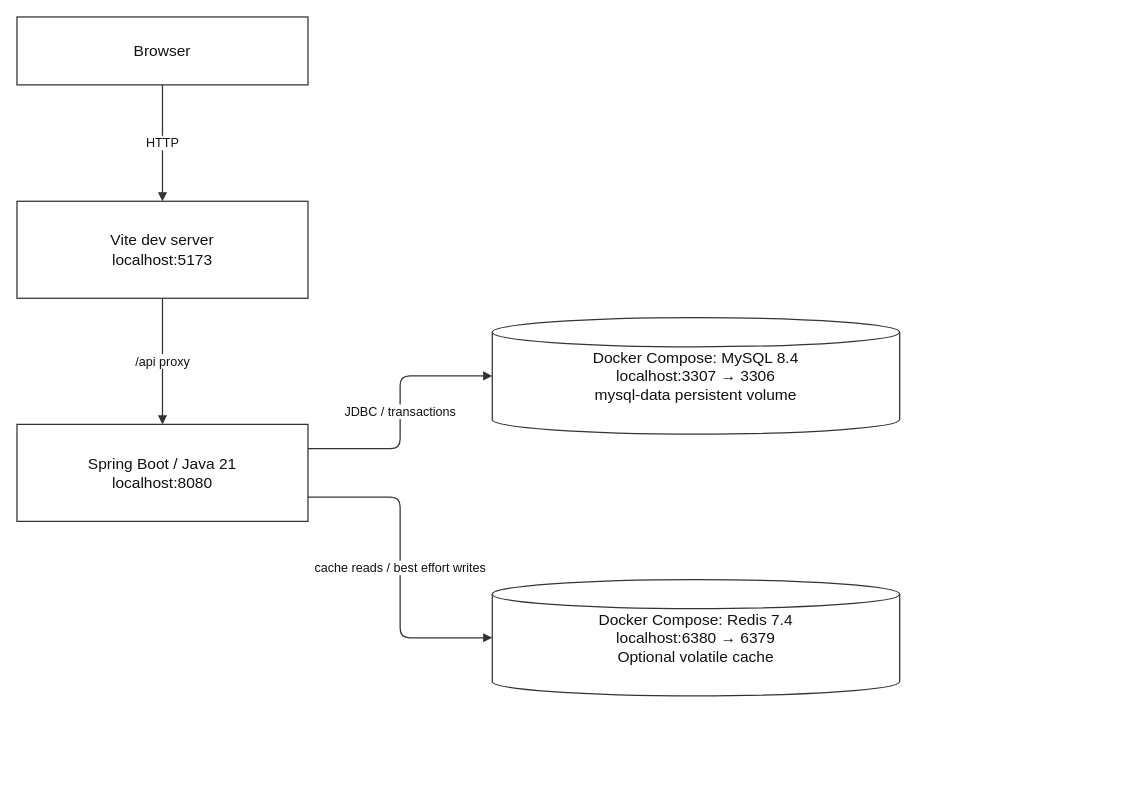
Earlier version of the draw.io diagram thesis/figure-assets/diagrams/24-deployment.drawio (ZeroRegister/SupermarketsSystem). Source tidied: cells renumbered, new cells numbered last; positions are measured from the earlier drawing's top-left corner, leaving out a move shared by most shapes. Both pictures are drawn from the tidied source at 97%, with x=0, y=0 at pixel (16, 16).
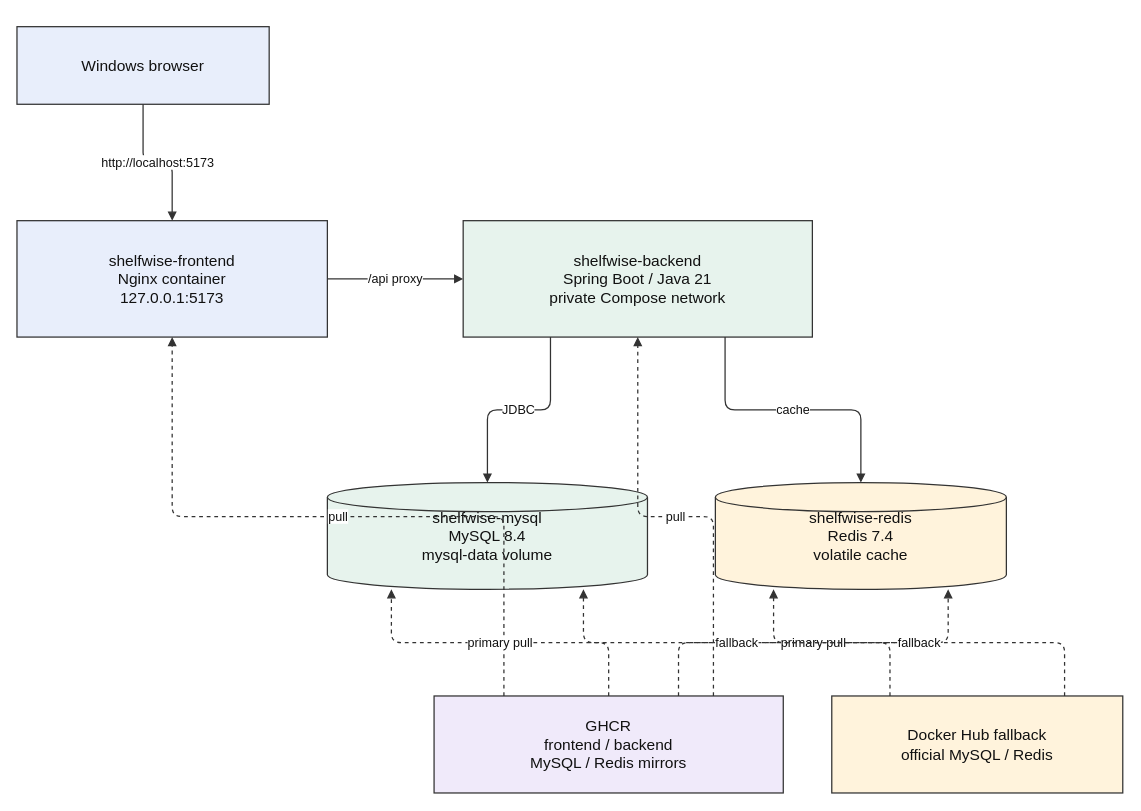
After the change.

Change to the diagram source:
```diff
@@
 <mxGraphModel background="#ffffff">
   <root>
     <mxCell id="0" />
     <mxCell id="1" parent="0" />
-    <mxCell id="2" value="Browser" style="whiteSpace=wrap;html=1;fontFamily=Arial;fontSize=16;fontColor=#111111;strokeColor=#333333;strokeWidth=1.3;rounded=0;fillColor=#ffffff;" parent="1" vertex="1">
-      <mxGeometry width="300" height="70" as="geometry" />
+    <mxCell id="2" value="Windows browser" style="whiteSpace=wrap;html=1;fontFamily=Arial;fontSize=16;fontColor=#111111;strokeColor=#333333;strokeWidth=1.3;rounded=0;fillColor=#ffffff;fillColor=#e8eefb;" parent="1" vertex="1">
+      <mxGeometry y="10" width="260" height="80" as="geometry" />
     </mxCell>
-    <mxCell id="3" value="Vite dev server&#10;localhost:5173" style="whiteSpace=wrap;html=1;fontFamily=Arial;fontSize=16;fontColor=#111111;strokeColor=#333333;strokeWidth=1.3;rounded=0;fillColor=#ffffff;" parent="1" vertex="1">
-      <mxGeometry y="190" width="300" height="100" as="geometry" />
+    <mxCell id="3" value="shelfwise-frontend&#10;Nginx container&#10;127.0.0.1:5173" style="whiteSpace=wrap;html=1;fontFamily=Arial;fontSize=16;fontColor=#111111;strokeColor=#333333;strokeWidth=1.3;rounded=0;fillColor=#ffffff;fillColor=#e8eefb;" parent="1" vertex="1">
+      <mxGeometry y="210" width="320" height="120" as="geometry" />
     </mxCell>
-    <mxCell id="4" value="Spring Boot / Java 21&#10;localhost:8080" style="whiteSpace=wrap;html=1;fontFamily=Arial;fontSize=16;fontColor=#111111;strokeColor=#333333;strokeWidth=1.3;rounded=0;fillColor=#ffffff;" parent="1" vertex="1">
-      <mxGeometry y="420" width="300" height="100" as="geometry" />
+    <mxCell id="4" value="shelfwise-backend&#10;Spring Boot / Java 21&#10;private Compose network" style="whiteSpace=wrap;html=1;fontFamily=Arial;fontSize=16;fontColor=#111111;strokeColor=#333333;strokeWidth=1.3;rounded=0;fillColor=#ffffff;fillColor=#e7f3ed;" parent="1" vertex="1">
+      <mxGeometry x="460" y="210" width="360" height="120" as="geometry" />
     </mxCell>
-    <mxCell id="5" value="Docker Compose: MySQL 8.4&#10;localhost:3307 → 3306&#10;mysql-data persistent volume" style="whiteSpace=wrap;html=1;fontFamily=Arial;fontSize=16;fontColor=#111111;strokeColor=#333333;strokeWidth=1.3;rounded=0;fillColor=#ffffff;shape=cylinder3;" parent="1" vertex="1">
-      <mxGeometry x="490" y="310" width="420" height="120" as="geometry" />
+    <mxCell id="5" value="shelfwise-mysql&#10;MySQL 8.4&#10;mysql-data volume" style="whiteSpace=wrap;html=1;fontFamily=Arial;fontSize=16;fontColor=#111111;strokeColor=#333333;strokeWidth=1.3;rounded=0;fillColor=#ffffff;shape=cylinder3;fillColor=#e7f3ed;" parent="1" vertex="1">
+      <mxGeometry x="320" y="480" width="330" height="110" as="geometry" />
     </mxCell>
-    <mxCell id="6" value="Docker Compose: Redis 7.4&#10;localhost:6380 → 6379&#10;Optional volatile cache" style="whiteSpace=wrap;html=1;fontFamily=Arial;fontSize=16;fontColor=#111111;strokeColor=#333333;strokeWidth=1.3;rounded=0;fillColor=#ffffff;shape=cylinder3;" parent="1" vertex="1">
-      <mxGeometry x="490" y="580" width="420" height="120" as="geometry" />
+    <mxCell id="6" value="shelfwise-redis&#10;Redis 7.4&#10;volatile cache" style="whiteSpace=wrap;html=1;fontFamily=Arial;fontSize=16;fontColor=#111111;strokeColor=#333333;strokeWidth=1.3;rounded=0;fillColor=#ffffff;shape=cylinder3;fillColor=#fff3dc;" parent="1" vertex="1">
+      <mxGeometry x="720" y="480" width="300" height="110" as="geometry" />
     </mxCell>
-    <mxCell id="7" value="HTTP" style="whiteSpace=wrap;html=1;fontFamily=Arial;fontSize=16;fontColor=#111111;strokeColor=#333333;strokeWidth=1.3;edgeStyle=orthogonalEdgeStyle;rounded=1;jettySize=auto;fontSize=13;whiteSpace=nowrap;labelBackgroundColor=#ffffff;endArrow=block;endFill=1;exitX=0.5;exitY=1;entryX=0.5;entryY=0;" parent="1" edge="1" source="2" target="3">
-      <mxGeometry relative="1" as="geometry" />
+    <mxCell id="7" value="GHCR&#10;frontend / backend&#10;MySQL / Redis mirrors" style="whiteSpace=wrap;html=1;fontFamily=Arial;fontSize=16;fontColor=#111111;strokeColor=#333333;strokeWidth=1.3;rounded=0;fillColor=#ffffff;fillColor=#f0eafa;" parent="1" vertex="1">
+      <mxGeometry x="430" y="700" width="360" height="100" as="geometry" />
     </mxCell>
-    <mxCell id="8" value="/api proxy" style="whiteSpace=wrap;html=1;fontFamily=Arial;fontSize=16;fontColor=#111111;strokeColor=#333333;strokeWidth=1.3;edgeStyle=orthogonalEdgeStyle;rounded=1;jettySize=auto;fontSize=13;whiteSpace=nowrap;labelBackgroundColor=#ffffff;endArrow=block;endFill=1;exitX=0.5;exitY=1;entryX=0.5;entryY=0;" parent="1" edge="1" source="3" target="4">
-      <mxGeometry relative="1" as="geometry" />
+    <mxCell id="8" value="Docker Hub fallback&#10;official MySQL / Redis" style="whiteSpace=wrap;html=1;fontFamily=Arial;fontSize=16;fontColor=#111111;strokeColor=#333333;strokeWidth=1.3;rounded=0;fillColor=#ffffff;fillColor=#fff3dc;" parent="1" vertex="1">
+      <mxGeometry x="840" y="700" width="300" height="100" as="geometry" />
     </mxCell>
-    <mxCell id="9" value="JDBC / transactions" style="whiteSpace=wrap;html=1;fontFamily=Arial;fontSize=16;fontColor=#111111;strokeColor=#333333;strokeWidth=1.3;edgeStyle=orthogonalEdgeStyle;rounded=1;jettySize=auto;fontSize=13;whiteSpace=nowrap;labelBackgroundColor=#ffffff;endArrow=block;endFill=1;exitX=1;exitY=0.25;entryX=0;entryY=0.5;" parent="1" edge="1" source="4" target="5">
+    <mxCell id="9" value="http://localhost:5173" style="whiteSpace=wrap;html=1;fontFamily=Arial;fontSize=16;fontColor=#111111;strokeColor=#333333;strokeWidth=1.3;edgeStyle=orthogonalEdgeStyle;rounded=1;jettySize=auto;fontSize=13;whiteSpace=nowrap;labelBackgroundColor=#ffffff;endArrow=block;endFill=1;exitX=0.5;exitY=1;entryX=0.5;entryY=0;" parent="1" edge="1" source="2" target="3">
       <mxGeometry relative="1" as="geometry" />
     </mxCell>
-    <mxCell id="10" value="cache reads / best effort writes" style="whiteSpace=wrap;html=1;fontFamily=Arial;fontSize=16;fontColor=#111111;strokeColor=#333333;strokeWidth=1.3;edgeStyle=orthogonalEdgeStyle;rounded=1;jettySize=auto;fontSize=13;whiteSpace=nowrap;labelBackgroundColor=#ffffff;endArrow=block;endFill=1;exitX=1;exitY=0.75;entryX=0;entryY=0.5;" parent="1" edge="1" source="4" target="6">
+    <mxCell id="10" value="/api proxy" style="whiteSpace=wrap;html=1;fontFamily=Arial;fontSize=16;fontColor=#111111;strokeColor=#333333;strokeWidth=1.3;edgeStyle=orthogonalEdgeStyle;rounded=1;jettySize=auto;fontSize=13;whiteSpace=nowrap;labelBackgroundColor=#ffffff;endArrow=block;endFill=1;exitX=1;exitY=0.5;entryX=0;entryY=0.5;" parent="1" edge="1" source="3" target="4">
       <mxGeometry relative="1" as="geometry" />
     </mxCell>
+    <mxCell id="11" value="JDBC" style="whiteSpace=wrap;html=1;fontFamily=Arial;fontSize=16;fontColor=#111111;strokeColor=#333333;strokeWidth=1.3;edgeStyle=orthogonalEdgeStyle;rounded=1;jettySize=auto;fontSize=13;whiteSpace=nowrap;labelBackgroundColor=#ffffff;endArrow=block;endFill=1;exitX=0.25;exitY=1;entryX=0.5;entryY=0;" parent="1" edge="1" source="4" target="5">
+      <mxGeometry relative="1" as="geometry" />
+    </mxCell>
+    <mxCell id="12" value="cache" style="whiteSpace=wrap;html=1;fontFamily=Arial;fontSize=16;fontColor=#111111;strokeColor=#333333;strokeWidth=1.3;edgeStyle=orthogonalEdgeStyle;rounded=1;jettySize=auto;fontSize=13;whiteSpace=nowrap;labelBackgroundColor=#ffffff;endArrow=block;endFill=1;exitX=0.75;exitY=1;entryX=0.5;entryY=0;" parent="1" edge="1" source="4" target="6">
+      <mxGeometry relative="1" as="geometry" />
+    </mxCell>
+    <mxCell id="13" value="pull" style="whiteSpace=wrap;html=1;fontFamily=Arial;fontSize=16;fontColor=#111111;strokeColor=#333333;strokeWidth=1.3;edgeStyle=orthogonalEdgeStyle;rounded=1;jettySize=auto;fontSize=13;whiteSpace=nowrap;labelBackgroundColor=#ffffff;endArrow=block;endFill=1;dashed=1;exitX=0.2;exitY=0;entryX=0.5;entryY=1;" parent="1" edge="1" source="7" target="3">
+      <mxGeometry relative="1" as="geometry" />
+    </mxCell>
+    <mxCell id="14" value="pull" style="whiteSpace=wrap;html=1;fontFamily=Arial;fontSize=16;fontColor=#111111;strokeColor=#333333;strokeWidth=1.3;edgeStyle=orthogonalEdgeStyle;rounded=1;jettySize=auto;fontSize=13;whiteSpace=nowrap;labelBackgroundColor=#ffffff;endArrow=block;endFill=1;dashed=1;exitX=0.8;exitY=0;entryX=0.5;entryY=1;" parent="1" edge="1" source="7" target="4">
+      <mxGeometry relative="1" as="geometry" />
+    </mxCell>
+    <mxCell id="15" value="primary pull" style="whiteSpace=wrap;html=1;fontFamily=Arial;fontSize=16;fontColor=#111111;strokeColor=#333333;strokeWidth=1.3;edgeStyle=orthogonalEdgeStyle;rounded=1;jettySize=auto;fontSize=13;whiteSpace=nowrap;labelBackgroundColor=#ffffff;endArrow=block;endFill=1;dashed=1;exitX=0.5;exitY=0;entryX=0.2;entryY=1;" parent="1" edge="1" source="7" target="5">
+      <mxGeometry relative="1" as="geometry" />
+    </mxCell>
+    <mxCell id="16" value="primary pull" style="whiteSpace=wrap;html=1;fontFamily=Arial;fontSize=16;fontColor=#111111;strokeColor=#333333;strokeWidth=1.3;edgeStyle=orthogonalEdgeStyle;rounded=1;jettySize=auto;fontSize=13;whiteSpace=nowrap;labelBackgroundColor=#ffffff;endArrow=block;endFill=1;dashed=1;exitX=0.7;exitY=0;entryX=0.8;entryY=1;" parent="1" edge="1" source="7" target="6">
+      <mxGeometry relative="1" as="geometry" />
+    </mxCell>
+    <mxCell id="17" value="fallback" style="whiteSpace=wrap;html=1;fontFamily=Arial;fontSize=16;fontColor=#111111;strokeColor=#333333;strokeWidth=1.3;edgeStyle=orthogonalEdgeStyle;rounded=1;jettySize=auto;fontSize=13;whiteSpace=nowrap;labelBackgroundColor=#ffffff;endArrow=block;endFill=1;dashed=1;exitX=0.2;exitY=0;entryX=0.8;entryY=1;" parent="1" edge="1" source="8" target="5">
+      <mxGeometry relative="1" as="geometry" />
+    </mxCell>
+    <mxCell id="18" value="fallback" style="whiteSpace=wrap;html=1;fontFamily=Arial;fontSize=16;fontColor=#111111;strokeColor=#333333;strokeWidth=1.3;edgeStyle=orthogonalEdgeStyle;rounded=1;jettySize=auto;fontSize=13;whiteSpace=nowrap;labelBackgroundColor=#ffffff;endArrow=block;endFill=1;dashed=1;exitX=0.8;exitY=0;entryX=0.2;entryY=1;" parent="1" edge="1" source="8" target="6">
+      <mxGeometry relative="1" as="geometry" />
+    </mxCell>
   </root>
 </mxGraphModel>
```
